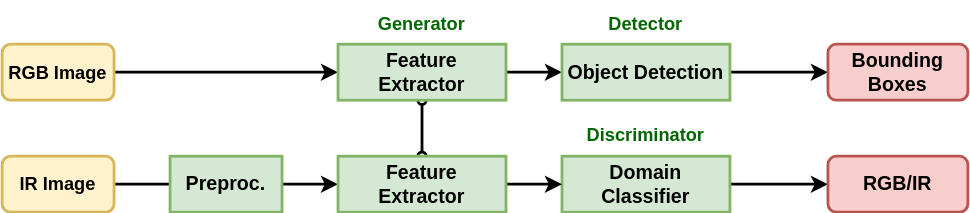
Before: DAT using GAN.svg, a diagram exported from draw.io (yyhtbs-yye/course_images). Source tidied: cells renumbered, new cells last; positions are measured from the earlier drawing's top-left corner, leaving out a move shared by most shapes.
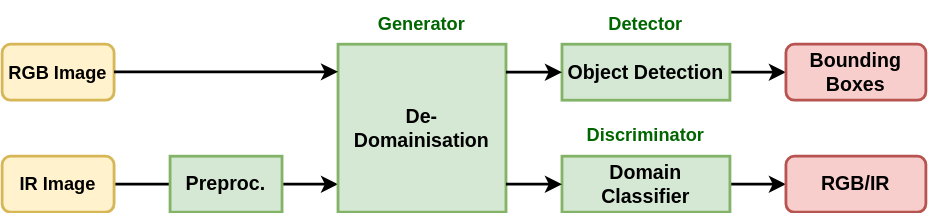
Later version of the same file.

Diff of the diagram source:
```diff
@@ -2,27 +2,17 @@
   <root>
     <mxCell id="0" />
     <mxCell id="1" parent="0" />
-    <mxCell id="2" style="edgeStyle=orthogonalEdgeStyle;rounded=0;jettySize=auto;html=1;strokeWidth=2;" parent="1" edge="1" source="3" target="8">
-      <mxGeometry relative="1" as="geometry" />
-    </mxCell>
     <mxCell id="3" value="RGB Image" style="rounded=1;whiteSpace=wrap;html=1;fillStyle=auto;fillColor=#fff2cc;strokeColor=#d6b656;fontSize=13;fontStyle=1;strokeWidth=2;" parent="1" vertex="1">
       <mxGeometry y="30" width="80" height="40" as="geometry" />
     </mxCell>
-    <mxCell id="4" style="edgeStyle=orthogonalEdgeStyle;rounded=0;jettySize=auto;html=1;strokeWidth=2;" parent="1" edge="1" source="5" target="19">
-      <mxGeometry relative="1" as="geometry" />
+    <mxCell id="4" style="edgeStyle=orthogonalEdgeStyle;rounded=0;jettySize=auto;html=1;strokeWidth=2;" parent="1" edge="1" source="5">
+      <mxGeometry relative="1" as="geometry">
+        <mxPoint x="240" y="130" as="targetPoint" />
+      </mxGeometry>
     </mxCell>
     <mxCell id="5" value="IR Image" style="rounded=1;whiteSpace=wrap;html=1;fillStyle=auto;fillColor=#fff2cc;strokeColor=#d6b656;fontSize=13;fontStyle=1;strokeWidth=2;" parent="1" vertex="1">
       <mxGeometry y="110" width="80" height="40" as="geometry" />
     </mxCell>
-    <mxCell id="6" style="edgeStyle=orthogonalEdgeStyle;rounded=0;jettySize=auto;html=1;startArrow=oval;startFill=0;endArrow=oval;endFill=0;strokeWidth=2;" parent="1" edge="1" source="8" target="19">
-      <mxGeometry relative="1" as="geometry" />
-    </mxCell>
-    <mxCell id="7" style="edgeStyle=orthogonalEdgeStyle;rounded=0;jettySize=auto;html=1;strokeWidth=2;" parent="1" edge="1" source="8" target="10">
-      <mxGeometry relative="1" as="geometry" />
-    </mxCell>
-    <mxCell id="8" value="Feature&lt;br&gt;Extractor" style="rounded=0;whiteSpace=wrap;html=1;fillStyle=auto;fillColor=#d5e8d4;strokeColor=#82b366;fontSize=14;fontStyle=1;strokeWidth=2;" parent="1" vertex="1">
-      <mxGeometry x="240" y="30" width="120" height="40" as="geometry" />
-    </mxCell>
     <mxCell id="9" style="edgeStyle=orthogonalEdgeStyle;rounded=0;jettySize=auto;html=1;strokeColor=default;strokeWidth=2;fontSize=13;fontColor=#006600;" parent="1" edge="1" source="10" target="13">
       <mxGeometry relative="1" as="geometry" />
     </mxCell>
@@ -36,10 +26,10 @@
       <mxGeometry x="400" y="110" width="120" height="40" as="geometry" />
     </mxCell>
     <mxCell id="13" value="Bounding Boxes" style="text;html=1;strokeColor=#b85450;fillColor=#f8cecc;align=center;verticalAlign=middle;whiteSpace=wrap;rounded=1;fontSize=14;strokeWidth=2;fontStyle=1;" parent="1" vertex="1">
-      <mxGeometry x="590" y="30" width="100" height="40" as="geometry" />
+      <mxGeometry x="560" y="30" width="100" height="40" as="geometry" />
     </mxCell>
     <mxCell id="14" value="RGB/IR" style="text;html=1;strokeColor=#b85450;fillColor=#f8cecc;align=center;verticalAlign=middle;whiteSpace=wrap;rounded=1;fontSize=14;strokeWidth=2;fontStyle=1;" parent="1" vertex="1">
-      <mxGeometry x="590" y="110" width="100" height="40" as="geometry" />
+      <mxGeometry x="560" y="110" width="100" height="40" as="geometry" />
     </mxCell>
     <mxCell id="15" value="&lt;b&gt;Generator&lt;/b&gt;" style="text;html=1;strokeColor=none;fillColor=none;align=center;verticalAlign=middle;whiteSpace=wrap;rounded=0;fontSize=13;fontColor=#006600;strokeWidth=2;" parent="1" vertex="1">
       <mxGeometry x="240" width="120" height="30" as="geometry" />
@@ -50,14 +40,29 @@
     <mxCell id="17" value="&lt;b&gt;Discriminator&lt;/b&gt;" style="text;html=1;strokeColor=none;fillColor=none;align=center;verticalAlign=middle;whiteSpace=wrap;rounded=0;fontSize=13;fontColor=#006600;strokeWidth=2;" parent="1" vertex="1">
       <mxGeometry x="400" y="80" width="120" height="30" as="geometry" />
     </mxCell>
-    <mxCell id="18" style="edgeStyle=orthogonalEdgeStyle;rounded=0;jettySize=auto;html=1;strokeWidth=2;" parent="1" edge="1" source="19" target="12">
-      <mxGeometry relative="1" as="geometry" />
-    </mxCell>
-    <mxCell id="19" value="Feature&lt;br&gt;Extractor" style="rounded=0;whiteSpace=wrap;html=1;fillStyle=auto;fillColor=#d5e8d4;strokeColor=#82b366;fontSize=14;fontStyle=1;strokeWidth=2;" parent="1" vertex="1">
-      <mxGeometry x="240" y="110" width="120" height="40" as="geometry" />
-    </mxCell>
     <mxCell id="20" value="Preproc." style="rounded=0;whiteSpace=wrap;html=1;fillStyle=auto;fillColor=#d5e8d4;strokeColor=#82b366;fontSize=14;fontStyle=1;strokeWidth=2;" parent="1" vertex="1">
       <mxGeometry x="120" y="110" width="80" height="40" as="geometry" />
     </mxCell>
+    <mxCell id="8" value="De-Domainisation" style="rounded=0;whiteSpace=wrap;html=1;fillStyle=auto;fillColor=#d5e8d4;strokeColor=#82b366;fontSize=14;fontStyle=1;strokeWidth=2;" parent="1" vertex="1">
+      <mxGeometry x="240" y="30" width="120" height="120" as="geometry" />
+    </mxCell>
+    <mxCell id="21" style="rounded=0;orthogonalLoop=1;jettySize=auto;html=1;strokeWidth=2;" parent="1" edge="1">
+      <mxGeometry relative="1" as="geometry">
+        <mxPoint x="360" y="130" as="sourcePoint" />
+        <mxPoint x="400" y="130" as="targetPoint" />
+      </mxGeometry>
+    </mxCell>
+    <mxCell id="22" style="rounded=0;orthogonalLoop=1;jettySize=auto;html=1;strokeWidth=2;" parent="1" edge="1">
+      <mxGeometry relative="1" as="geometry">
+        <mxPoint x="360" y="50" as="sourcePoint" />
+        <mxPoint x="400" y="50" as="targetPoint" />
+      </mxGeometry>
+    </mxCell>
+    <mxCell id="23" style="edgeStyle=orthogonalEdgeStyle;rounded=0;orthogonalLoop=1;jettySize=auto;html=1;strokeWidth=2;" parent="1" edge="1">
+      <mxGeometry relative="1" as="geometry">
+        <mxPoint x="80" y="49.8" as="sourcePoint" />
+        <mxPoint x="240" y="49.8" as="targetPoint" />
+      </mxGeometry>
+    </mxCell>
   </root>
 </mxGraphModel>
```
